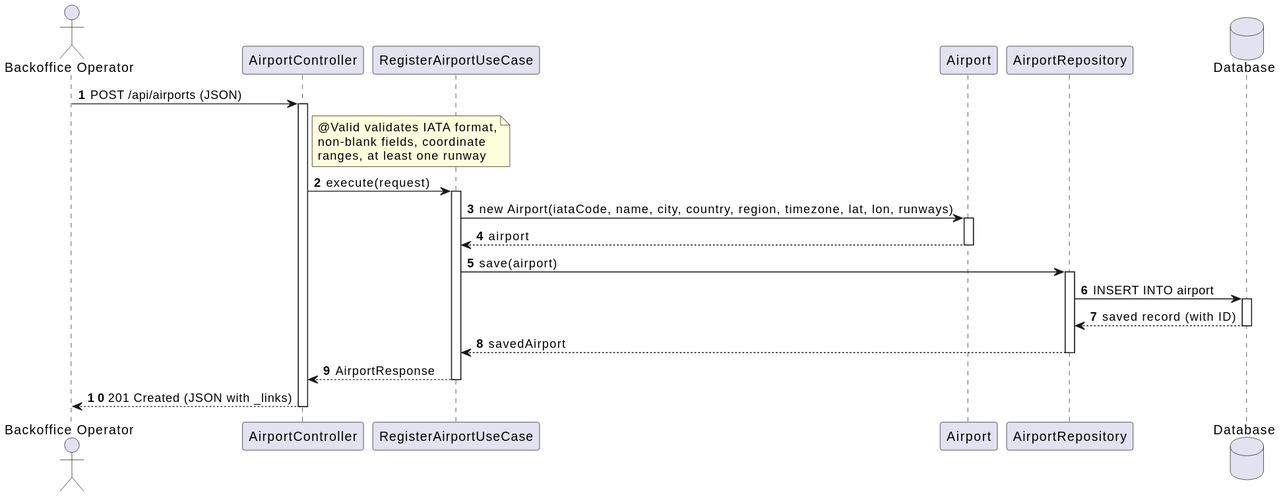
This is docs/system-documentation/use-cases/WP2A/US106/svg/sd_us106.svg from VascoMagolo/psoft_1231562_1241692_1242036_2db, a PlantUML export, as it was before one commit. The source it was exported from:
```plantuml
@startuml
autonumber
actor "Backoffice Operator" as BO
participant "AirportController" as Ctrl
participant "RegisterAirportUseCase" as UC
participant "Airport" as Entity
participant "AirportRepository" as Repo
database "Database" as DB

BO -> Ctrl : POST /api/airports (JSON)
activate Ctrl

note right of Ctrl : @Valid validates IATA format,\nnon-blank fields, coordinate\nranges, at least one runway

Ctrl -> UC : execute(request)
activate UC

UC -> Entity : new Airport(iataCode, name, city, country, region, timezone, lat, lon, runways)
activate Entity
Entity --> UC : airport
deactivate Entity

UC -> Repo : save(airport)
activate Repo
Repo -> DB : INSERT INTO airport
activate DB
DB --> Repo : saved record (with ID)
deactivate DB
Repo --> UC : savedAirport
deactivate Repo

UC --> Ctrl : AirportResponse
deactivate UC

Ctrl --> BO : 201 Created (JSON with _links)
deactivate Ctrl
@enduml
```
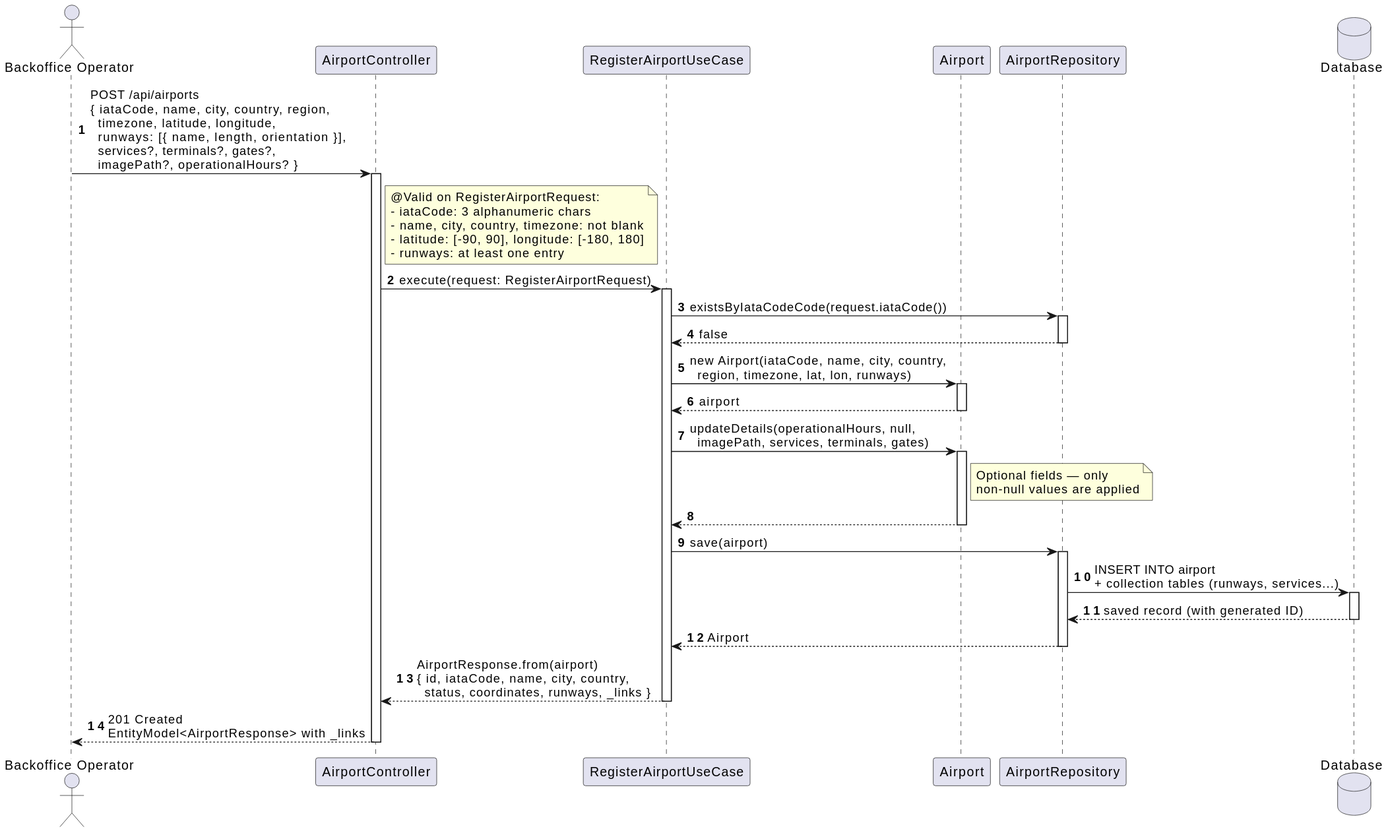
The same file after the commit.

Diff of the diagram source:
```diff
@@ -7,31 +7,48 @@
 participant "AirportRepository" as Repo
 database "Database" as DB
 
-BO -> Ctrl : POST /api/airports (JSON)
+BO -> Ctrl : POST /api/airports\n{ iataCode, name, city, country, region,\n  timezone, latitude, longitude,\n  runways: [{ name, length, orientation }],\n  services?, terminals?, gates?,\n  imagePath?, operationalHours? }
 activate Ctrl
 
-note right of Ctrl : @Valid validates IATA format,\nnon-blank fields, coordinate\nranges, at least one runway
+note right of Ctrl
+  @Valid on RegisterAirportRequest:
+  - iataCode: 3 alphanumeric chars
+  - name, city, country, timezone: not blank
+  - latitude: [-90, 90], longitude: [-180, 180]
+  - runways: at least one entry
+end note
 
-Ctrl -> UC : execute(request)
+Ctrl -> UC : execute(request: RegisterAirportRequest)
 activate UC
 
-UC -> Entity : new Airport(iataCode, name, city, country, region, timezone, lat, lon, runways)
+UC -> Repo : existsByIataCodeCode(request.iataCode())
+activate Repo
+Repo --> UC : false
+deactivate Repo
+
+UC -> Entity : new Airport(iataCode, name, city, country,\n  region, timezone, lat, lon, runways)
 activate Entity
 Entity --> UC : airport
 deactivate Entity
 
+UC -> Entity : updateDetails(operationalHours, null,\n  imagePath, services, terminals, gates)
+activate Entity
+note right of Entity : Optional fields — only\nnon-null values are applied
+Entity --> UC
+deactivate Entity
+
 UC -> Repo : save(airport)
 activate Repo
-Repo -> DB : INSERT INTO airport
+Repo -> DB : INSERT INTO airport\n+ collection tables (runways, services...)
 activate DB
-DB --> Repo : saved record (with ID)
+DB --> Repo : saved record (with generated ID)
 deactivate DB
-Repo --> UC : savedAirport
+Repo --> UC : Airport
 deactivate Repo
 
-UC --> Ctrl : AirportResponse
+UC --> Ctrl : AirportResponse.from(airport)\n{ id, iataCode, name, city, country,\n  status, coordinates, runways, _links }
 deactivate UC
 
-Ctrl --> BO : 201 Created (JSON with _links)
+Ctrl --> BO : 201 Created\nEntityModel<AirportResponse> with _links
 deactivate Ctrl
 @enduml
```
